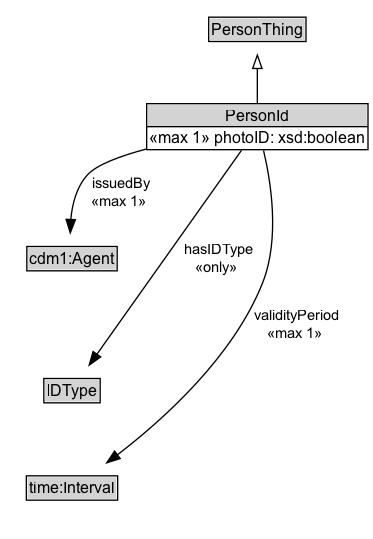
Above: docs/diagrams/PersonId.dot.png in ISO-TC204/ontology-cdm-p2-v1 (Graphviz), before the change. Its source is kept beside it as docs/diagrams/PersonId.dot. The source it was exported from:
```dot
digraph {
	graph [overlap=false rankdir=TB splines=true]
	node [fontname=Arial fontsize=12 margin=0 shape=none]
	edge [fontname=Arial fontsize=11]
	{
		rank=max
		PersonId [label=<<TABLE BORDER="1" CELLBORDER="0" CELLSPACING="0" CELLPADDING="1"><TR><TD BGCOLOR="lightgray" ALIGN="CENTER" PORT="e">PersonId</TD></TR><HR/><TR><TD ALIGN="LEFT">«max 1» photoID: xsd:boolean</TD></TR></TABLE>> URL="../PersonId.md" margin=0]
	}
	subgraph cluster_associated {
		label="" style=invis
		Invis [label=<<TABLE BORDER="0" CELLBORDER="0" CELLSPACING="0" CELLPADDING="1"><TR><TD></TD></TR></TABLE>> margin=0 style=invis]
		cdm1_Agent [label=<<TABLE BORDER="1" CELLBORDER="0" CELLSPACING="0" CELLPADDING="1"><TR><TD BGCOLOR="lightgray" ALIGN="CENTER">cdm1:Agent</TD></TR></TABLE>> margin=0]
		IDType [label=<<TABLE BORDER="1" CELLBORDER="0" CELLSPACING="0" CELLPADDING="1"><TR><TD BGCOLOR="lightgray" ALIGN="CENTER">IDType</TD></TR></TABLE>> URL="../IDType.md" margin=0]
		time_Interval [label=<<TABLE BORDER="1" CELLBORDER="0" CELLSPACING="0" CELLPADDING="1"><TR><TD BGCOLOR="lightgray" ALIGN="CENTER">time:Interval</TD></TR></TABLE>> margin=0]
	}
	PersonThing [label=<<TABLE BORDER="1" CELLBORDER="0" CELLSPACING="0" CELLPADDING="1"><TR><TD BGCOLOR="lightgray" ALIGN="CENTER">PersonThing</TD></TR></TABLE>> URL="../PersonThing.md" margin=0]
	PersonId -> PersonThing [arrowhead=onormal style=solid]
	PersonId -> Invis [style=invis]
	Invis -> cdm1_Agent [style=invis]
	cdm1_Agent -> IDType [style=invis]
	IDType -> time_Interval [style=invis]
	PersonId -> IDType [label=" hasIDType
 «only»  " arrowhead=normal style=solid]
	PersonId -> cdm1_Agent [label=" issuedBy
 «max 1»  " arrowhead=normal style=solid]
	PersonId -> time_Interval [label=" validityPeriod
 «max 1»  " arrowhead=normal style=solid]
}
```
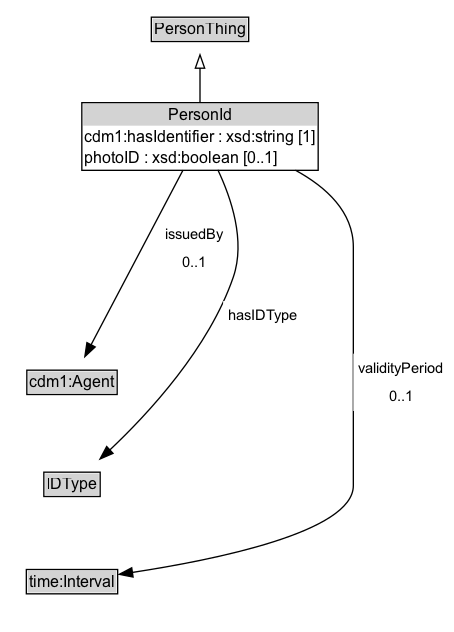
Later version of the same file.

The edit, as a diff of the source:
```diff
@@ -3,26 +3,29 @@
 	node [fontname=Arial fontsize=12 margin=0 shape=none]
 	edge [fontname=Arial fontsize=11]
 	{
+		rank=source
+		PersonThing [label=<<TABLE BORDER="1" CELLBORDER="0" CELLSPACING="0" CELLPADDING="1"><TR><TD BGCOLOR="lightgray" ALIGN="CENTER">PersonThing</TD></TR></TABLE>> URL="../PersonThing" margin=0]
+	}
+	PersonId [label=<<TABLE BORDER="1" CELLBORDER="0" CELLSPACING="0" CELLPADDING="1"><TR><TD BGCOLOR="lightgray" ALIGN="CENTER">PersonId</TD></TR><TR><TD ALIGN="LEFT">cdm1:hasIdentifier : xsd:string [1]</TD></TR><TR><TD ALIGN="LEFT">photoID : xsd:boolean [0..1]</TD></TR></TABLE>> URL="../PersonId" margin=0]
+	{
 		rank=max
-		PersonId [label=<<TABLE BORDER="1" CELLBORDER="0" CELLSPACING="0" CELLPADDING="1"><TR><TD BGCOLOR="lightgray" ALIGN="CENTER" PORT="e">PersonId</TD></TR><HR/><TR><TD ALIGN="LEFT">«max 1» photoID: xsd:boolean</TD></TR></TABLE>> URL="../PersonId.md" margin=0]
 	}
 	subgraph cluster_associated {
 		label="" style=invis
 		Invis [label=<<TABLE BORDER="0" CELLBORDER="0" CELLSPACING="0" CELLPADDING="1"><TR><TD></TD></TR></TABLE>> margin=0 style=invis]
-		cdm1_Agent [label=<<TABLE BORDER="1" CELLBORDER="0" CELLSPACING="0" CELLPADDING="1"><TR><TD BGCOLOR="lightgray" ALIGN="CENTER">cdm1:Agent</TD></TR></TABLE>> margin=0]
-		IDType [label=<<TABLE BORDER="1" CELLBORDER="0" CELLSPACING="0" CELLPADDING="1"><TR><TD BGCOLOR="lightgray" ALIGN="CENTER">IDType</TD></TR></TABLE>> URL="../IDType.md" margin=0]
-		time_Interval [label=<<TABLE BORDER="1" CELLBORDER="0" CELLSPACING="0" CELLPADDING="1"><TR><TD BGCOLOR="lightgray" ALIGN="CENTER">time:Interval</TD></TR></TABLE>> margin=0]
+		cdm1_Agent [label=<<TABLE BORDER="1" CELLBORDER="0" CELLSPACING="0" CELLPADDING="1"><TR><TD BGCOLOR="lightgray" ALIGN="CENTER">cdm1:Agent</TD></TR></TABLE>> URL="https://w3id.org/citydata/part1/v1/Agent" margin=0]
+		IDType [label=<<TABLE BORDER="1" CELLBORDER="0" CELLSPACING="0" CELLPADDING="1"><TR><TD BGCOLOR="lightgray" ALIGN="CENTER">IDType</TD></TR></TABLE>> URL="../IDType" margin=0]
+		time_Interval [label=<<TABLE BORDER="1" CELLBORDER="0" CELLSPACING="0" CELLPADDING="1"><TR><TD BGCOLOR="lightgray" ALIGN="CENTER">time:Interval</TD></TR></TABLE>> URL="https://w3id.org/citydata/imported/time/latest/Interval" margin=0]
 	}
-	PersonThing [label=<<TABLE BORDER="1" CELLBORDER="0" CELLSPACING="0" CELLPADDING="1"><TR><TD BGCOLOR="lightgray" ALIGN="CENTER">PersonThing</TD></TR></TABLE>> URL="../PersonThing.md" margin=0]
 	PersonId -> PersonThing [arrowhead=onormal style=solid]
 	PersonId -> Invis [style=invis]
 	Invis -> cdm1_Agent [style=invis]
 	cdm1_Agent -> IDType [style=invis]
 	IDType -> time_Interval [style=invis]
-	PersonId -> IDType [label=" hasIDType
- «only»  " arrowhead=normal style=solid]
-	PersonId -> cdm1_Agent [label=" issuedBy
- «max 1»  " arrowhead=normal style=solid]
-	PersonId -> time_Interval [label=" validityPeriod
- «max 1»  " arrowhead=normal style=solid]
+	IDType [label=<<TABLE BORDER="1" CELLBORDER="0" CELLSPACING="0" CELLPADDING="1"><TR><TD BGCOLOR="lightgray" ALIGN="CENTER">IDType</TD></TR></TABLE>> URL="../IDType" margin=0]
+	PersonId -> IDType [label=<<TABLE BORDER="0" CELLBORDER="0" CELLSPACING="0" CELLPADDING="4" BGCOLOR="white"><TR><TD ALIGN="CENTER">hasIDType</TD></TR></TABLE>> arrowhead=normal style=solid]
+	time_Interval [label=<<TABLE BORDER="1" CELLBORDER="0" CELLSPACING="0" CELLPADDING="1"><TR><TD BGCOLOR="lightgray" ALIGN="CENTER">time:Interval</TD></TR></TABLE>> URL="https://w3id.org/citydata/imported/time/latest/Interval" margin=0]
+	PersonId -> time_Interval [label=<<TABLE BORDER="0" CELLBORDER="0" CELLSPACING="0" CELLPADDING="4" BGCOLOR="white"><TR><TD ALIGN="CENTER">validityPeriod</TD></TR><TR><TD ALIGN="CENTER">0..1</TD></TR></TABLE>> arrowhead=normal style=solid]
+	cdm1_Agent [label=<<TABLE BORDER="1" CELLBORDER="0" CELLSPACING="0" CELLPADDING="1"><TR><TD BGCOLOR="lightgray" ALIGN="CENTER">cdm1:Agent</TD></TR></TABLE>> URL="https://w3id.org/citydata/part1/v1/Agent" margin=0]
+	PersonId -> cdm1_Agent [label=<<TABLE BORDER="0" CELLBORDER="0" CELLSPACING="0" CELLPADDING="4" BGCOLOR="white"><TR><TD ALIGN="CENTER">issuedBy</TD></TR><TR><TD ALIGN="CENTER">0..1</TD></TR></TABLE>> arrowhead=normal style=solid]
 }
```
